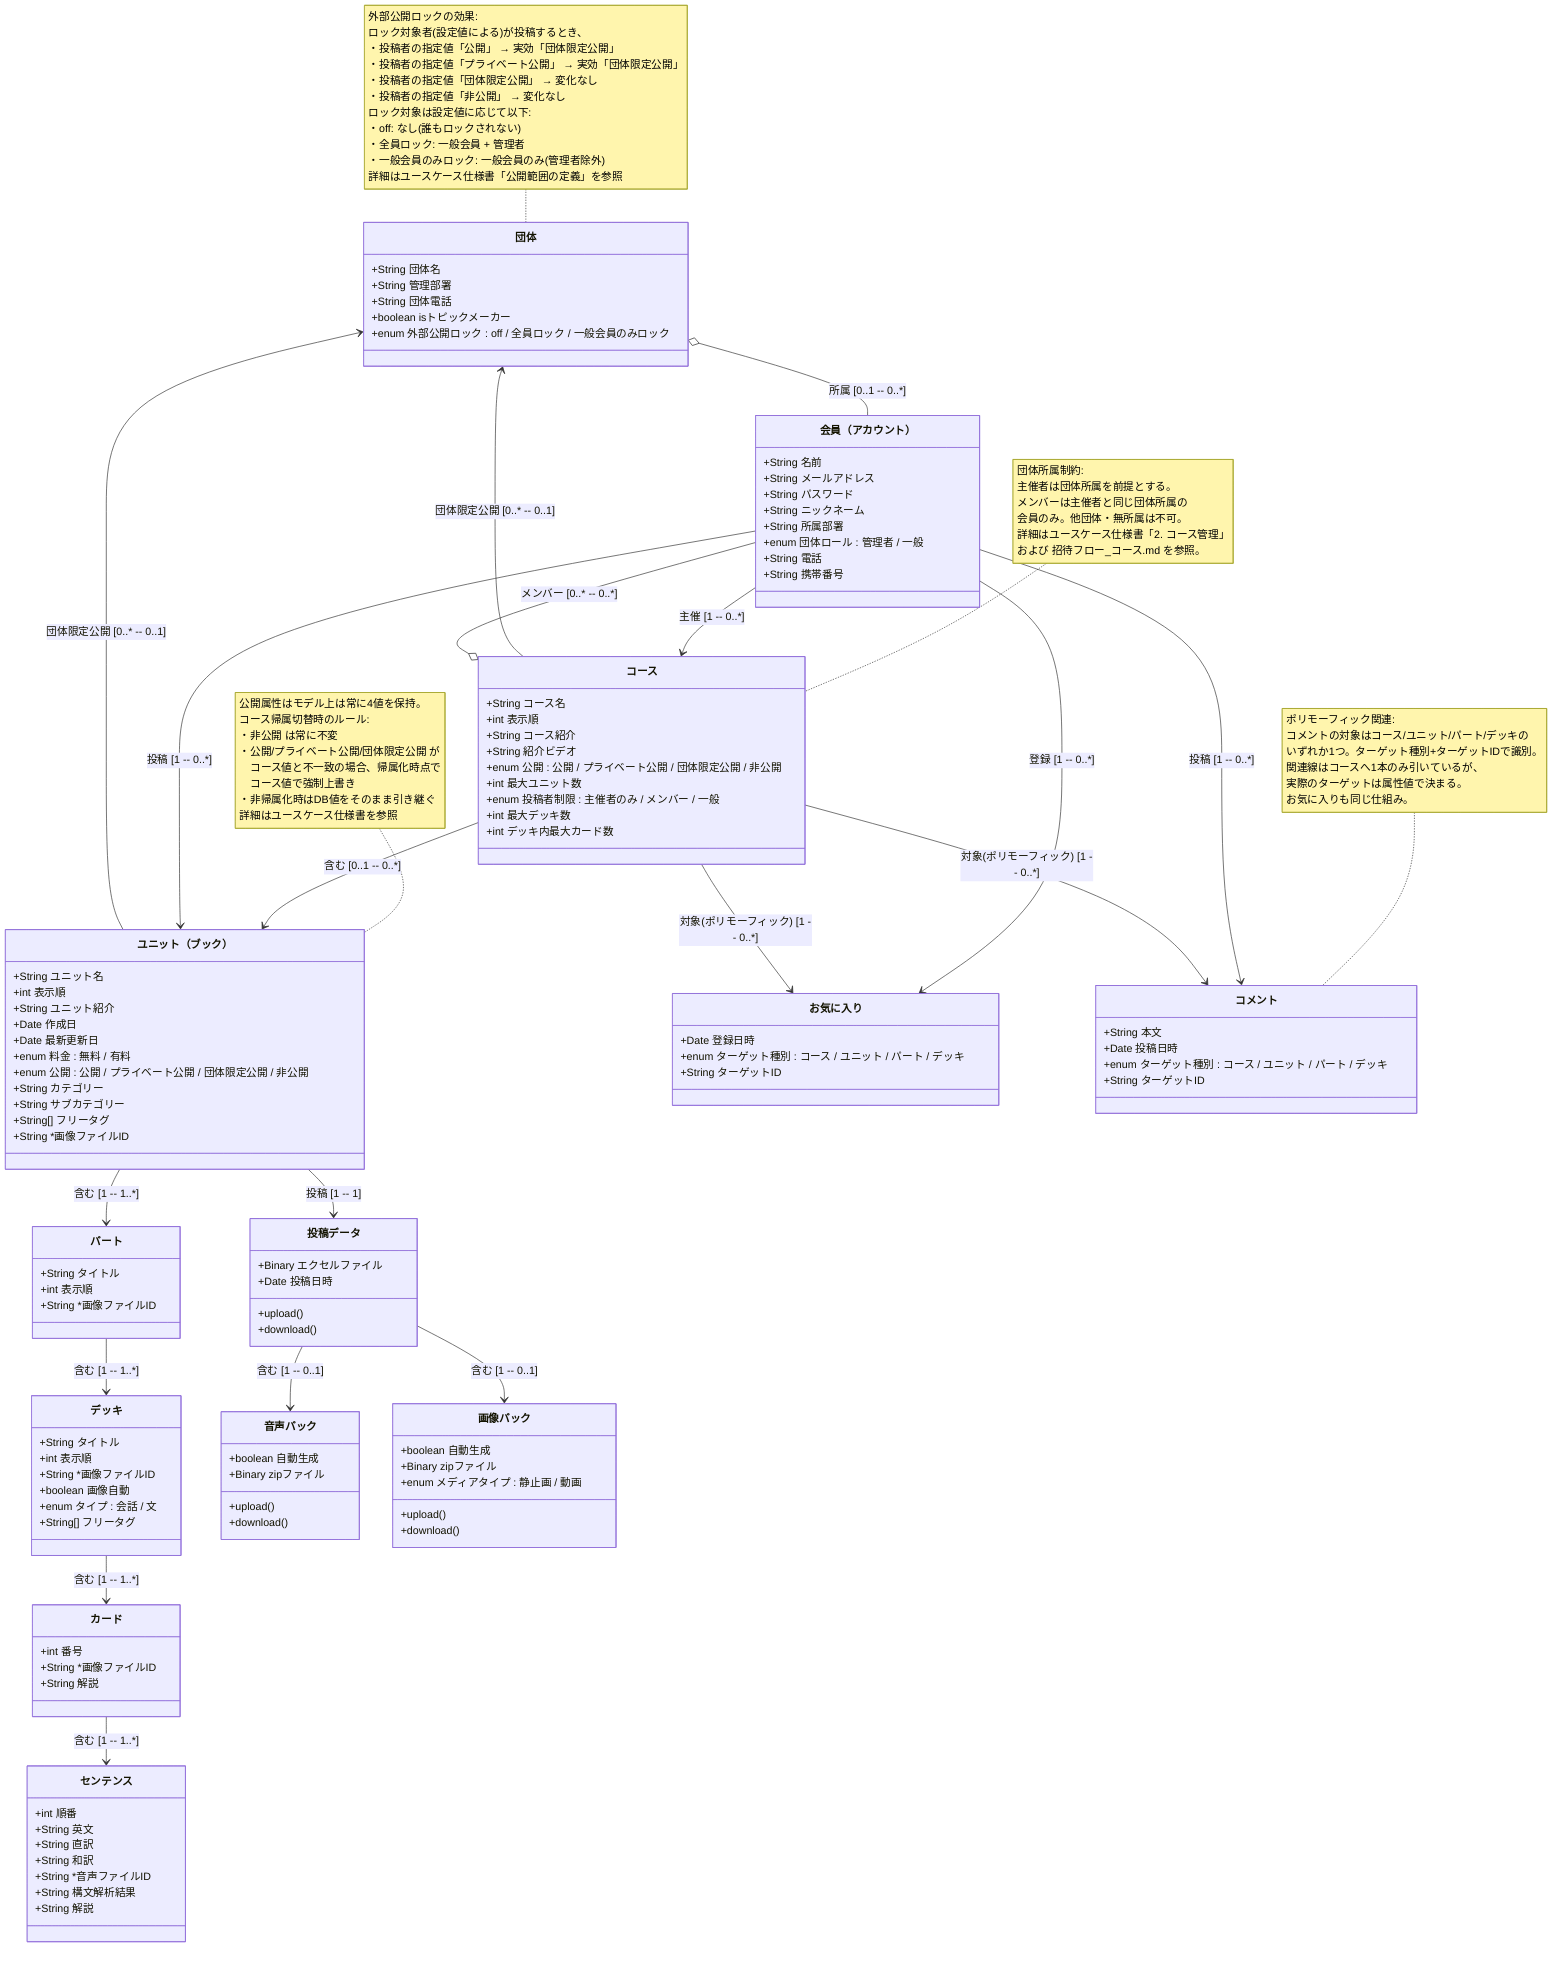
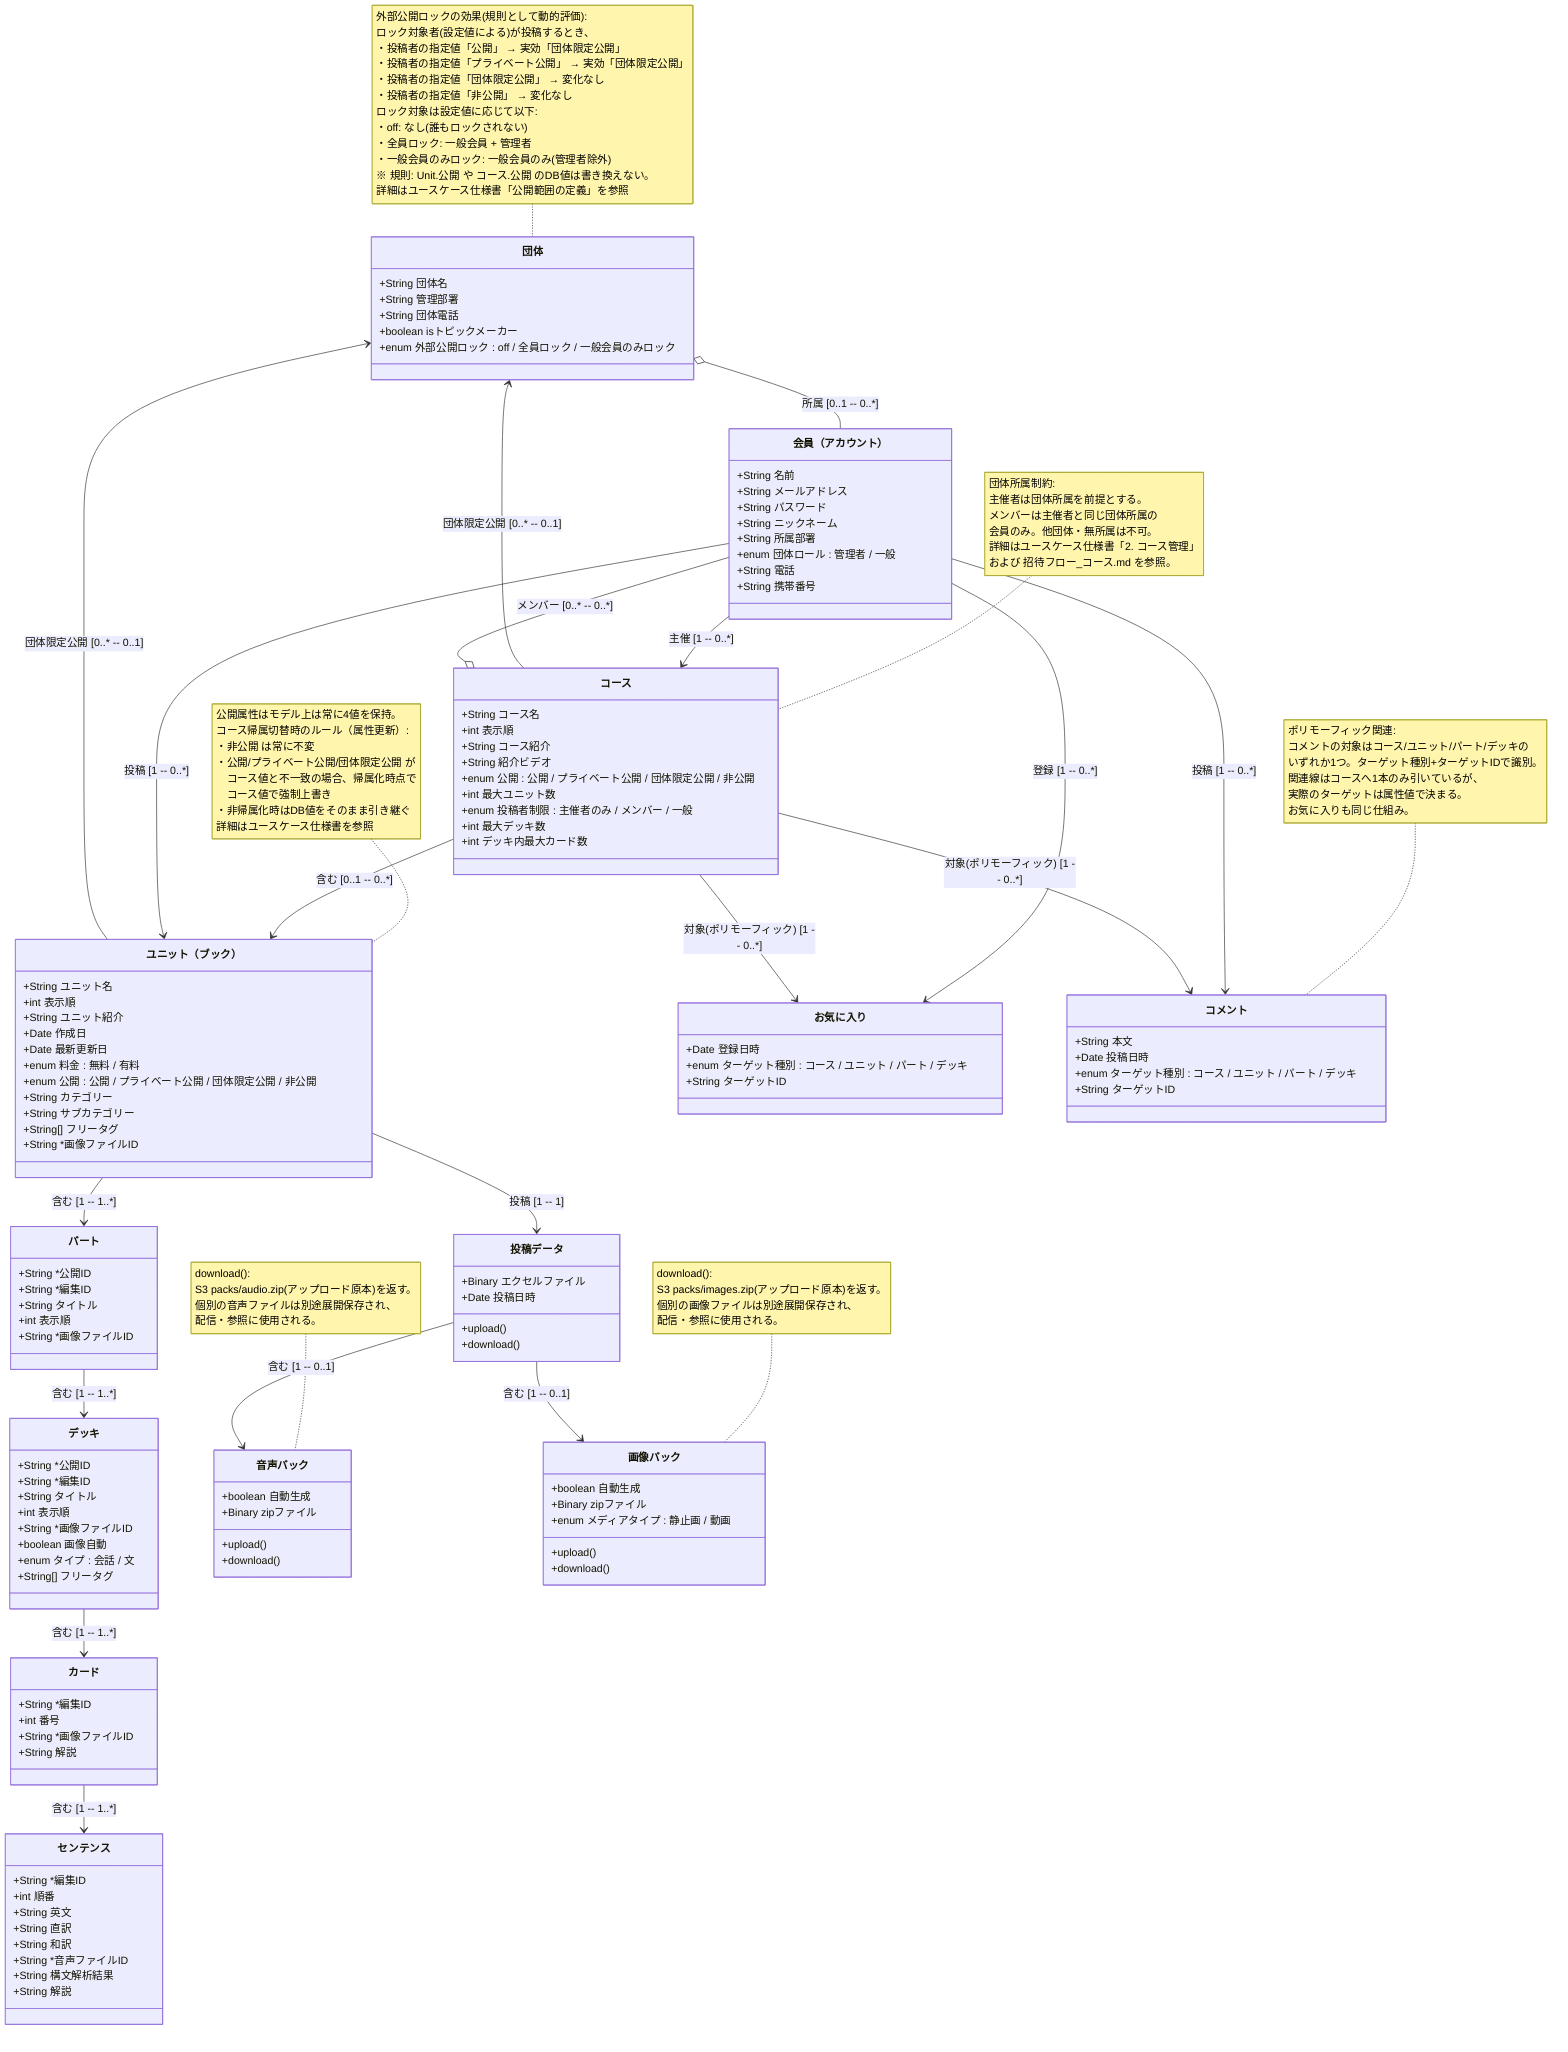
classDiagram
    direction TB
+ 
+     %% === 設計思想: 属性と規則の区別 ===
+     %% 本モデルでは、各クラスの「公開」に関わる仕様について、
+     %% 「属性 (attribute)」と「規則 (rule)」を明確に区別する。
+     %%
+     %% ・属性 (attribute): 実体が常に値を保持する状態。変更操作で
+     %%   書き換えられ、参照時にはDB値がそのまま読まれる。例:
+     %%   Unit.公開、コース.公開。
+     %%
+     %% ・規則 (rule): 動的に評価される制約。実体に値は持たず、
+     %%   閲覧時・操作時に評価される。例: 団体.外部公開ロック。
+     %%
+     %% 名称規則: 「ロック」=規則、「公開ステータス/設定」=属性。
+     %% 詳細はユースケース仕様書「設計思想: 属性と規則の区別」を参照。

    %% === 団体・会員（アカウント） ===
    %% isトピックメーカー: ちょい英語サービスの運営会社(株式会社
    %% トピックメーカー)を示すフラグ。システム内で唯一、true を
    %% 持つ団体が存在する。true の団体が主催するコースが、
    %% 学習者向けの既存B画面(B-01ホーム等のコース一覧)に
    %% 掲載される。各団体のローカルコース一覧(学習者向け)画面は
    %% 本設計スコープ外。
    %%
    %% isトピックメーカー=true の団体に所属する団体管理者は、
    %% 「運営管理者」と呼ばれ、システム全体に対するスーパーユーザー
    %% 権限を持つ。具体的には他のすべての団体に対して、その団体管理者
    %% と同等の操作(団体情報編集、会員管理、コース・ユニットの介入
    %% 編集、団体削除等)を実行できる。本フェーズでは仕様明記のみで、
    %% 専用画面・実装は将来フェーズ。
    %%
    %% 外部公開ロック: 団体管理者が設定する団体ポリシー。
    %% 当該団体所属メンバーが投稿するコンテンツの実効的な公開状態を
    %% 制限する一方向の保護機能(動機: 秘密保持)。3値 enum:
    %%   ・off: ロックなし(全員自由)
    %%   ・全員ロック: 全メンバーの投稿で「公開」「プライベート公開」
    %%      設定が「団体限定公開」相当に格下げされる
    %%   ・一般会員のみロック: 団体管理者の投稿はロック対象外、
    %%      一般会員の投稿のみ格下げされる(動機: 広報的な教材は
    %%      管理者が直接作成して外部公開する運用に対応)
    %% 一方向ロック: 当該団体メンバーが他団体・無所属会員の投稿を
    %% 閲覧することは制限しない。
+     %%
+     %% ※ 外部公開ロックは「規則」であり、Unit.公開 や コース.公開
+     %%    （いずれも属性）のDB値を書き換えない。閲覧時に動的に
+     %%    評価される。属性と規則の区別の詳細はヘッダコメント参照。
    class 団体 {
        +String 団体名
        +String 管理部署
        +String 団体電話
        +boolean isトピックメーカー
        +enum 外部公開ロック : off / 全員ロック / 一般会員のみロック
    }

-     note for 団体 "外部公開ロックの効果:
+     note for 団体 "外部公開ロックの効果(規則として動的評価):
ロック対象者(設定値による)が投稿するとき、
・投稿者の指定値「公開」 → 実効「団体限定公開」
・投稿者の指定値「プライベート公開」 → 実効「団体限定公開」
・投稿者の指定値「団体限定公開」 → 変化なし
・投稿者の指定値「非公開」 → 変化なし
ロック対象は設定値に応じて以下:
・off: なし(誰もロックされない)
・全員ロック: 一般会員 + 管理者
・一般会員のみロック: 一般会員のみ(管理者除外)
+ ※ 規則: Unit.公開 や コース.公開 のDB値は書き換えない。
詳細はユースケース仕様書「公開範囲の定義」を参照"

    class Account["会員（アカウント）"] {
        +String 名前
        +String メールアドレス
        +String パスワード
        +String ニックネーム
        +String 所属部署
        +enum 団体ロール : 管理者 / 一般
        +String 電話
        +String 携帯番号
    }

    %% === コース ===
    %% 公開enum: 公開 / プライベート公開(URL知る者のみ) / 団体限定公開 / 非公開
+     %% 公開は「属性」: コース帰属切替時はUnit側の公開属性を実体的に
+     %% 上書きする(規則ではなく、投稿者の意思を反映する属性更新)。
    %%
    %% 主催者・メンバーの団体所属制約:
    %% コースは主催者の所属団体内における共同作業の場として閉じている。
    %% ・主催者は団体所属を前提とする(無所属会員はコースを作らない)
    %% ・メンバーは主催者と同じ団体に所属する会員のみ
    %% ・他団体所属者・無所属会員はメンバーになれない
    %% ・団体管理者の上位権限としても、この制約は外れない
    %% コースは概念モデル上は団体に直接の関連線を持たないが、主催者
    %% (Account) の所属団体を介して間接的に1団体に紐づく。
    class コース {
        +String コース名
        +int 表示順
        +String コース紹介
        +String 紹介ビデオ
        +enum 公開 : 公開 / プライベート公開 / 団体限定公開 / 非公開
        +int 最大ユニット数
        +enum 投稿者制限 : 主催者のみ / メンバー / 一般
        +int 最大デッキ数
        +int デッキ内最大カード数
    }

    note for コース "団体所属制約:
主催者は団体所属を前提とする。
メンバーは主催者と同じ団体所属の
会員のみ。他団体・無所属は不可。
詳細はユースケース仕様書「2. コース管理」
および 招待フロー_コース.md を参照。"

    %% === ユニット（ブック） ===
    %% 公開enum: 4値。モデル上は常に4値のいずれかを保持する。
    %% ただしコース帰属時は UI側で「公開 / 非公開」のみ選択可
    %% （プライベート公開・団体限定公開の実効範囲はコースから継承）
    %%
-     %% コース帰属状態の切替時の公開値の扱い:
+     %% コース帰属状態の切替時の公開値の扱い（属性更新）:
    %% - 非公開 は常に不変（コースの値にかかわらず維持）
    %% - 公開 / プライベート公開 / 団体限定公開 がコース値と不一致の
    %%   場合、コース帰属化の時点でコース側の値で強制上書きする
    %% - 非帰属化の時点では、DB値をそのまま引き継ぐ（UIは4値に切替）
    %% 詳細はユースケース仕様書「公開範囲の定義」を参照
    class Unit["ユニット（ブック）"] {
        +String ユニット名
        +int 表示順
        +String ユニット紹介
        +Date 作成日
        +Date 最新更新日
        +enum 料金 : 無料 / 有料
        +enum 公開 : 公開 / プライベート公開 / 団体限定公開 / 非公開
        +String カテゴリー
        +String サブカテゴリー
        +String[] フリータグ
        +String *画像ファイルID
    }

    note for Unit "公開属性はモデル上は常に4値を保持。
- コース帰属切替時のルール:
+ コース帰属切替時のルール（属性更新）:
・非公開 は常に不変
・公開/プライベート公開/団体限定公開 が
　コース値と不一致の場合、帰属化時点で
　コース値で強制上書き
・非帰属化時はDB値をそのまま引き継ぐ
詳細はユースケース仕様書を参照"

    %% === 教材階層: ユニット（ブック） > パート > デッキ > カード > センテンス ===
    %% 注: 「ちょい英語ミニブック」では1ユニット=1パート固定（UI非露出）
+     %%
+     %% IDの二系統:
+     %% ・公開ID: URL用、外部公開される識別子。パート・デッキのみが持つ。
+     %%   学習者向けB画面でURLパスとして使用される。
+     %% ・編集ID: 投稿データ（エクセル）の行同定用、内部のみで使用。
+     %%   パート・デッキ・カード・センテンスの全階層が持つ。
+     %%   投稿データ更新時の create / update 判定に用いる。
+     %% 詳細はユースケース仕様書および 投稿データ_メディアパック仕様 を参照。
    class パート {
+         +String *公開ID
+         +String *編集ID
        +String タイトル
        +int 表示順
        +String *画像ファイルID
    }

    class デッキ {
+         +String *公開ID
+         +String *編集ID
        +String タイトル
        +int 表示順
        +String *画像ファイルID
        +boolean 画像自動
        +enum タイプ : 会話 / 文
        +String[] フリータグ
    }

    %% === お気に入り・コメント（ポリモーフィック関連） ===
    %% お気に入り/コメントの対象はコース/ユニット/パート/デッキの
    %% いずれか1つ。ターゲット種別 enum とターゲットID 属性により
    %% 識別する。概念モデル上は「コース」への関連線1本で代表させ、
    %% 実際のターゲットはターゲット種別属性で解釈する。
    class お気に入り {
        +Date 登録日時
        +enum ターゲット種別 : コース / ユニット / パート / デッキ
        +String ターゲットID
    }

    class コメント {
        +String 本文
        +Date 投稿日時
        +enum ターゲット種別 : コース / ユニット / パート / デッキ
        +String ターゲットID
    }

    note for コメント "ポリモーフィック関連:
コメントの対象はコース/ユニット/パート/デッキの
いずれか1つ。ターゲット種別+ターゲットIDで識別。
関連線はコースへ1本のみ引いているが、
実際のターゲットは属性値で決まる。
お気に入りも同じ仕組み。"

    class カード {
+         +String *編集ID
        +int 番号
        +String *画像ファイルID
        +String 解説
    }

    class センテンス {
+         +String *編集ID
        +int 順番
        +String 英文
        +String 直訳
        +String 和訳
        +String *音声ファイルID
        +String 構文解析結果
        +String 解説
    }

    %% === 投稿データ・メディアパック ===
+     %% メディアパックは zip ファイル単位の一括差し替え方式。
+     %% アップロードされた zip 原本は S3 の packs/ 配下に保存され、
+     %% download() メソッドはこの原本を返す。
+     %% 個別の音声・画像ファイルは zip を展開して別途配置される
+     %% （配信・参照用）。詳細は 投稿データ_メディアパック仕様 を参照。
    class 投稿データ {
        +Binary エクセルファイル
        +Date 投稿日時
        +upload()
        +download()
    }

    class 音声パック {
        +boolean 自動生成
        +Binary zipファイル
        +upload()
        +download()
    }
+ 
+     note for 音声パック "download():
+ S3 packs/audio.zip(アップロード原本)を返す。
+ 個別の音声ファイルは別途展開保存され、
+ 配信・参照に使用される。"

    class 画像パック {
        +boolean 自動生成
        +Binary zipファイル
        +enum メディアタイプ : 静止画 / 動画
        +upload()
        +download()
    }
+ 
+     note for 画像パック "download():
+ S3 packs/images.zip(アップロード原本)を返す。
+ 個別の画像ファイルは別途展開保存され、
+ 配信・参照に使用される。"

    %% === リレーション ===

    %% 団体 ◇-- 会員（アカウント）（集約）
    団体 o-- Account : 所属 [0..1 -- 0..*]

    %% 団体限定公開の対象団体（コース / ユニット → 団体）
    %% 「団体限定公開」enum選択時に参照先の団体を特定するための関連
    コース --> 団体 : 団体限定公開 [0..* -- 0..1]
    Unit --> 団体 : 団体限定公開 [0..* -- 0..1]

    %% 会員（アカウント） → コース
    Account --> コース : 主催 [1 -- 0..*]
    コース o-- Account : メンバー [0..* -- 0..*]

    %% コース → ユニット（ブック）
    %% ユニットは高々1つのコースに所属（複数コース所属は不可）
    コース --> Unit : 含む [0..1 -- 0..*]

    %% 会員（アカウント） → ユニット（ブック）
    Account --> Unit : 投稿 [1 -- 0..*]

    %% 教材階層構造
    Unit --> パート : 含む [1 -- 1..*]
    パート --> デッキ : 含む [1 -- 1..*]
    デッキ --> カード : 含む [1 -- 1..*]
    カード --> センテンス : 含む [1 -- 1..*]

    %% お気に入り・コメント（ポリモーフィック関連）
    %% 関連線はコースに対して1本ずつ引くが、実際のターゲットは
    %% ターゲット種別属性で識別される(コース/ユニット/パート/デッキ)
    Account --> お気に入り : 登録 [1 -- 0..*]
    コース --> お気に入り : 対象(ポリモーフィック) [1 -- 0..*]
    Account --> コメント : 投稿 [1 -- 0..*]
    コース --> コメント : 対象(ポリモーフィック) [1 -- 0..*]

    %% 投稿データ・メディア
    Unit --> 投稿データ : 投稿 [1 -- 1]
    投稿データ --> 音声パック : 含む [1 -- 0..1]
    投稿データ --> 画像パック : 含む [1 -- 0..1]
